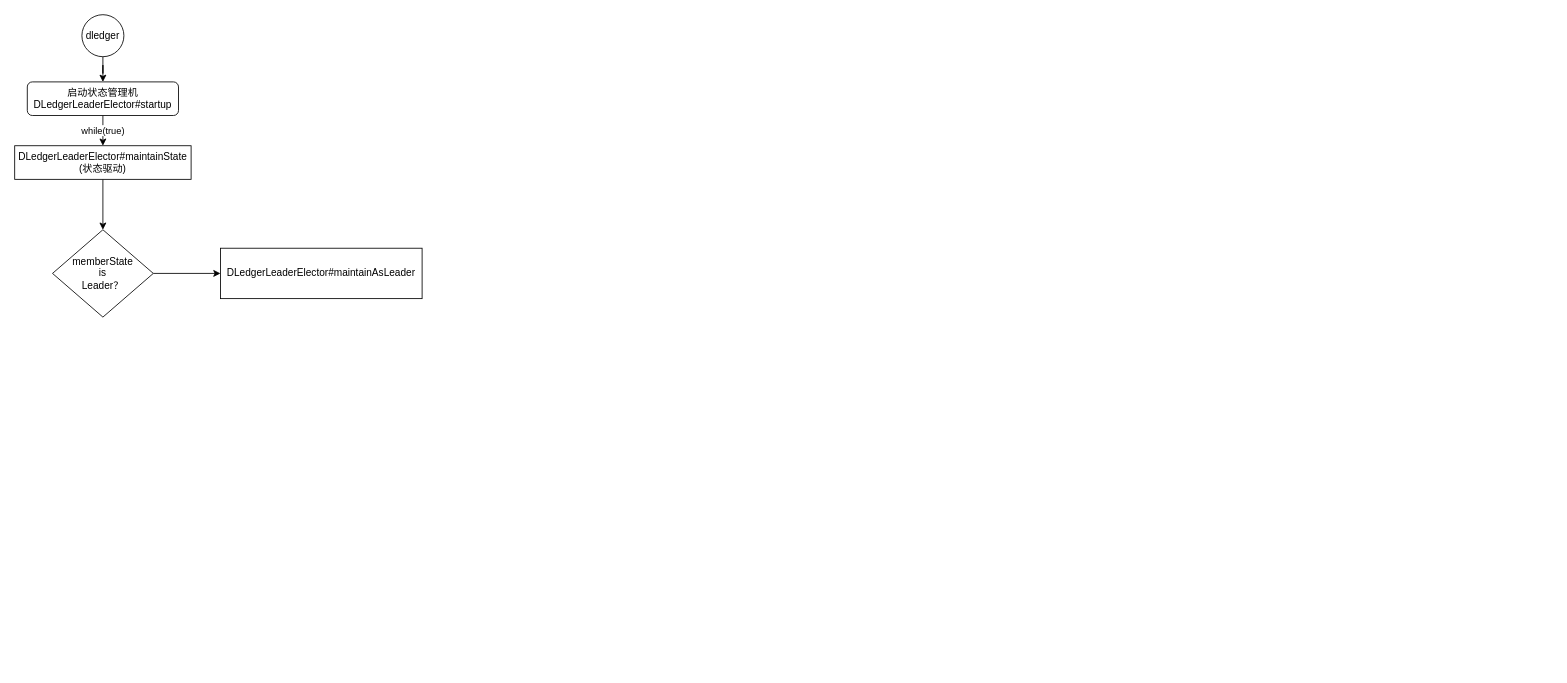
The draw.io diagram RocketMQ/RocketMQ DLedger Raft Leader Vote Flow.drawio in JanWarlen/ChartsCenter, before the edit. Source tidied: cells renumbered, new cells numbered last; positions are measured from the earlier drawing's top-left corner, leaving out a move shared by most shapes. Both pictures are drawn from the tidied source at 84%, with x=0, y=0 at pixel (14, 14).
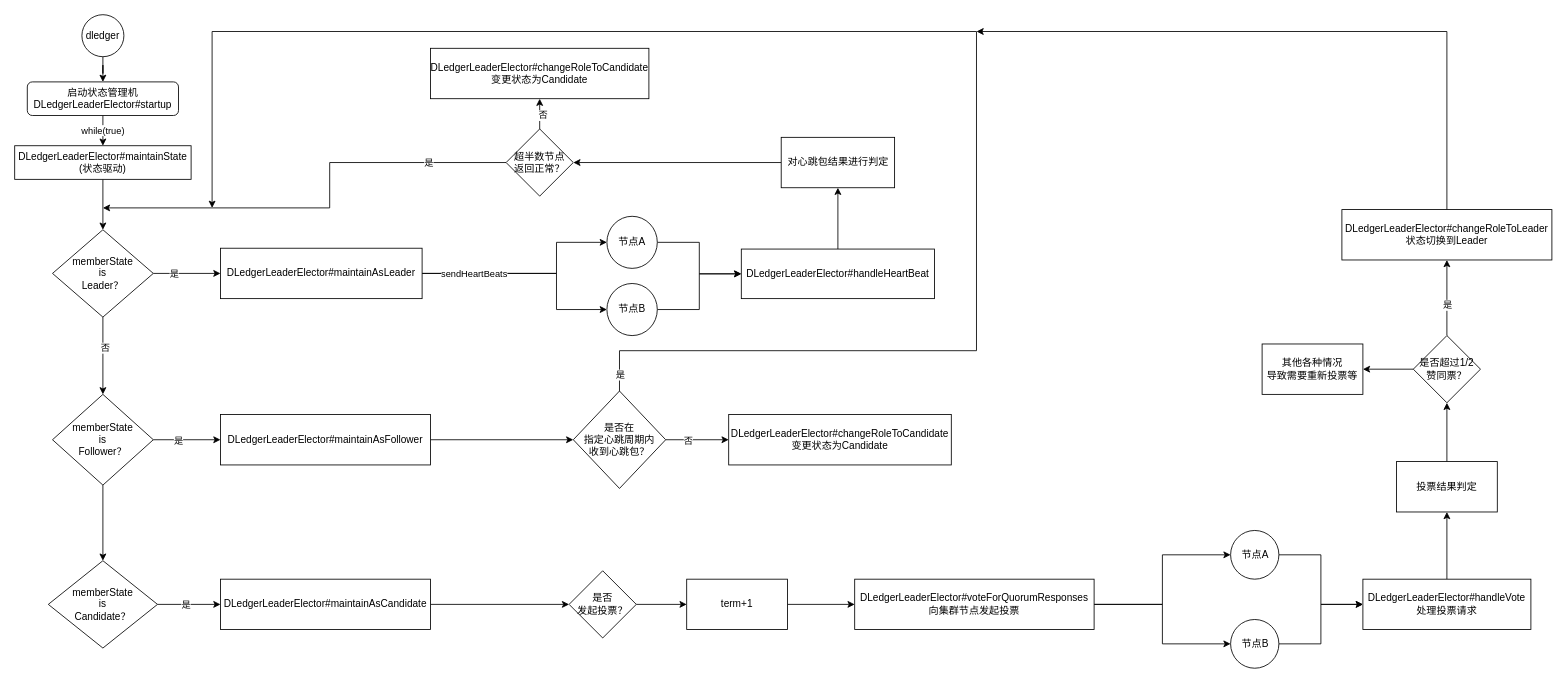
The same page after the edit.

Unchanged cells that the change refers to:
```xml
<mxCell id="8" style="edgeStyle=orthogonalEdgeStyle;rounded=0;jettySize=auto;html=1;" parent="1" edge="1" source="9" target="10">
  <mxGeometry relative="1" as="geometry" />
</mxCell>
<mxCell id="9" value="memberState&lt;br&gt;is&lt;br&gt;Leader？" style="rhombus;whiteSpace=wrap;html=1;rounded=0;" parent="1" vertex="1">
  <mxGeometry x="45" y="256" width="120" height="104" as="geometry" />
</mxCell>
<mxCell id="10" value="DLedgerLeaderElector#maintainAsLeader" style="whiteSpace=wrap;html=1;rounded=0;" parent="1" vertex="1">
  <mxGeometry x="245" y="278" width="240" height="60" as="geometry" />
</mxCell>
```

Change to the diagram source:
```diff
@@
+    <mxCell id="11" value="是" style="edgeLabel;html=1;align=center;verticalAlign=middle;" parent="8" vertex="1">
+      <mxGeometry x="-0.4" y="1" relative="1" as="geometry">
+        <mxPoint y="1" as="offset" />
+      </mxGeometry>
+    </mxCell>
+    <mxCell id="12" style="edgeStyle=orthogonalEdgeStyle;rounded=0;jettySize=auto;html=1;" parent="1" edge="1" source="9" target="34">
+      <mxGeometry relative="1" as="geometry" />
+    </mxCell>
+    <mxCell id="13" value="否" style="edgeLabel;html=1;align=center;verticalAlign=middle;" parent="12" vertex="1">
+      <mxGeometry x="-0.23" y="2" relative="1" as="geometry">
+        <mxPoint y="1" as="offset" />
+      </mxGeometry>
+    </mxCell>
@@
+    <mxCell id="14" style="edgeStyle=orthogonalEdgeStyle;rounded=0;jettySize=auto;html=1;" parent="1" edge="1" source="10" target="18">
+      <mxGeometry relative="1" as="geometry">
+        <Array as="points">
+          <mxPoint x="645" y="308" />
+          <mxPoint x="645" y="271" />
+        </Array>
+      </mxGeometry>
+    </mxCell>
+    <mxCell id="15" style="edgeStyle=orthogonalEdgeStyle;rounded=0;jettySize=auto;html=1;" parent="1" edge="1" source="10" target="20">
+      <mxGeometry relative="1" as="geometry">
+        <Array as="points">
+          <mxPoint x="645" y="308" />
+          <mxPoint x="645" y="351" />
+        </Array>
+      </mxGeometry>
+    </mxCell>
+    <mxCell id="16" value="sendHeartBeats" style="edgeLabel;html=1;align=center;verticalAlign=middle;" parent="15" vertex="1">
+      <mxGeometry x="-0.69" y="-1" relative="1" as="geometry">
+        <mxPoint x="20" y="-1" as="offset" />
+      </mxGeometry>
+    </mxCell>
@@
+    <mxCell id="17" style="edgeStyle=orthogonalEdgeStyle;rounded=0;jettySize=auto;html=1;" parent="1" edge="1" source="18" target="22">
+      <mxGeometry relative="1" as="geometry" />
+    </mxCell>
+    <mxCell id="18" value="节点A" style="ellipse;whiteSpace=wrap;html=1;rounded=0;" parent="1" vertex="1">
+      <mxGeometry x="705" y="240" width="60" height="62" as="geometry" />
+    </mxCell>
+    <mxCell id="19" style="edgeStyle=orthogonalEdgeStyle;rounded=0;jettySize=auto;html=1;exitX=1;exitY=0.5;exitDx=0;exitDy=0;entryX=0;entryY=0.5;entryDx=0;entryDy=0;" parent="1" edge="1" source="20" target="22">
+      <mxGeometry relative="1" as="geometry" />
+    </mxCell>
+    <mxCell id="20" value="节点B" style="ellipse;whiteSpace=wrap;html=1;rounded=0;" parent="1" vertex="1">
+      <mxGeometry x="705" y="320" width="60" height="62" as="geometry" />
+    </mxCell>
+    <mxCell id="21" style="edgeStyle=orthogonalEdgeStyle;rounded=0;jettySize=auto;html=1;" parent="1" edge="1" source="22" target="24">
+      <mxGeometry relative="1" as="geometry" />
+    </mxCell>
+    <mxCell id="22" value="DLedgerLeaderElector#handleHeartBeat" style="whiteSpace=wrap;html=1;rounded=0;" parent="1" vertex="1">
+      <mxGeometry x="865" y="279" width="230" height="59" as="geometry" />
+    </mxCell>
+    <mxCell id="23" style="edgeStyle=orthogonalEdgeStyle;rounded=0;jettySize=auto;html=1;" parent="1" edge="1" source="24" target="29">
+      <mxGeometry relative="1" as="geometry" />
+    </mxCell>
+    <mxCell id="24" value="对心跳包结果进行判定" style="whiteSpace=wrap;html=1;rounded=0;" parent="1" vertex="1">
+      <mxGeometry x="912.5" y="146" width="135" height="60" as="geometry" />
+    </mxCell>
+    <mxCell id="25" style="edgeStyle=orthogonalEdgeStyle;rounded=0;jettySize=auto;html=1;exitX=0;exitY=0.5;exitDx=0;exitDy=0;" parent="1" edge="1" source="29">
+      <mxGeometry relative="1" as="geometry">
+        <mxPoint x="105" y="230" as="targetPoint" />
+        <Array as="points">
+          <mxPoint x="375" y="176" />
+        </Array>
+      </mxGeometry>
+    </mxCell>
+    <mxCell id="26" value="是" style="edgeLabel;html=1;align=center;verticalAlign=middle;" parent="25" vertex="1">
+      <mxGeometry x="-0.65" relative="1" as="geometry" />
+    </mxCell>
+    <mxCell id="27" style="edgeStyle=orthogonalEdgeStyle;rounded=0;jettySize=auto;html=1;" parent="1" edge="1" source="29" target="30">
+      <mxGeometry relative="1" as="geometry" />
+    </mxCell>
+    <mxCell id="28" value="否" style="edgeLabel;html=1;align=center;verticalAlign=middle;" parent="27" vertex="1">
+      <mxGeometry x="0.19" y="-3" relative="1" as="geometry">
+        <mxPoint y="1" as="offset" />
+      </mxGeometry>
+    </mxCell>
+    <mxCell id="29" value="超半数节点&lt;br&gt;返回正常？" style="rhombus;whiteSpace=wrap;html=1;rounded=0;" parent="1" vertex="1">
+      <mxGeometry x="585" y="136" width="80" height="80" as="geometry" />
+    </mxCell>
+    <mxCell id="30" value="DLedgerLeaderElector#changeRoleToCandidate&lt;br&gt;变更状态为Candidate" style="whiteSpace=wrap;html=1;rounded=0;" parent="1" vertex="1">
+      <mxGeometry x="495" y="40" width="260" height="60" as="geometry" />
+    </mxCell>
+    <mxCell id="31" style="edgeStyle=orthogonalEdgeStyle;rounded=0;jettySize=auto;html=1;" parent="1" edge="1" source="34" target="36">
+      <mxGeometry relative="1" as="geometry" />
+    </mxCell>
+    <mxCell id="32" value="是" style="edgeLabel;html=1;align=center;verticalAlign=middle;" parent="31" vertex="1">
+      <mxGeometry x="-0.28" y="-1" relative="1" as="geometry" />
+    </mxCell>
+    <mxCell id="33" style="edgeStyle=orthogonalEdgeStyle;rounded=0;jettySize=auto;html=1;" parent="1" edge="1" source="34" target="45">
+      <mxGeometry relative="1" as="geometry" />
+    </mxCell>
+    <mxCell id="34" value="memberState&lt;br&gt;is&lt;br&gt;Follower？" style="rhombus;whiteSpace=wrap;html=1;rounded=0;" parent="1" vertex="1">
+      <mxGeometry x="45" y="452" width="120" height="108" as="geometry" />
+    </mxCell>
+    <mxCell id="35" style="edgeStyle=orthogonalEdgeStyle;rounded=0;jettySize=auto;html=1;" parent="1" edge="1" source="36" target="41">
+      <mxGeometry relative="1" as="geometry" />
+    </mxCell>
+    <mxCell id="36" value="DLedgerLeaderElector#maintainAsFollower" style="whiteSpace=wrap;html=1;rounded=0;" parent="1" vertex="1">
+      <mxGeometry x="245" y="476" width="250" height="60" as="geometry" />
+    </mxCell>
+    <mxCell id="37" style="edgeStyle=orthogonalEdgeStyle;rounded=0;jettySize=auto;html=1;" parent="1" edge="1" source="41" target="42">
+      <mxGeometry relative="1" as="geometry" />
+    </mxCell>
+    <mxCell id="38" value="否" style="edgeLabel;html=1;align=center;verticalAlign=middle;" parent="37" vertex="1">
+      <mxGeometry x="-0.31" y="1" relative="1" as="geometry">
+        <mxPoint y="1" as="offset" />
+      </mxGeometry>
+    </mxCell>
+    <mxCell id="39" style="edgeStyle=orthogonalEdgeStyle;rounded=0;jettySize=auto;html=1;exitX=0.5;exitY=0;exitDx=0;exitDy=0;" parent="1" edge="1" source="41">
+      <mxGeometry relative="1" as="geometry">
+        <mxPoint x="235" y="230" as="targetPoint" />
+        <Array as="points">
+          <mxPoint x="720" y="400" />
+          <mxPoint x="1145" y="400" />
+          <mxPoint x="1145" y="20" />
+          <mxPoint x="235" y="20" />
+        </Array>
+      </mxGeometry>
+    </mxCell>
+    <mxCell id="40" value="是" style="edgeLabel;html=1;align=center;verticalAlign=middle;" parent="39" vertex="1">
+      <mxGeometry x="-0.98" relative="1" as="geometry" />
+    </mxCell>
+    <mxCell id="41" value="是否在&lt;br&gt;指定心跳周期内&lt;br&gt;收到心跳包？" style="rhombus;whiteSpace=wrap;html=1;rounded=0;" parent="1" vertex="1">
+      <mxGeometry x="665" y="448" width="110" height="116" as="geometry" />
+    </mxCell>
+    <mxCell id="42" value="DLedgerLeaderElector#changeRoleToCandidate&lt;br&gt;变更状态为Candidate" style="whiteSpace=wrap;html=1;rounded=0;" parent="1" vertex="1">
+      <mxGeometry x="850" y="476" width="265" height="60" as="geometry" />
+    </mxCell>
+    <mxCell id="43" style="edgeStyle=orthogonalEdgeStyle;rounded=0;jettySize=auto;html=1;" parent="1" edge="1" source="45" target="47">
+      <mxGeometry relative="1" as="geometry" />
+    </mxCell>
+    <mxCell id="44" value="是" style="edgeLabel;html=1;align=center;verticalAlign=middle;" parent="43" vertex="1">
+      <mxGeometry x="-0.12" y="1" relative="1" as="geometry">
+        <mxPoint y="1" as="offset" />
+      </mxGeometry>
+    </mxCell>
+    <mxCell id="45" value="memberState&lt;br&gt;is&lt;br&gt;Candidate？" style="rhombus;whiteSpace=wrap;html=1;rounded=0;" parent="1" vertex="1">
+      <mxGeometry x="40" y="650" width="130" height="104" as="geometry" />
+    </mxCell>
+    <mxCell id="46" style="edgeStyle=orthogonalEdgeStyle;rounded=0;jettySize=auto;html=1;" parent="1" edge="1" source="47" target="49">
+      <mxGeometry relative="1" as="geometry" />
+    </mxCell>
+    <mxCell id="47" value="DLedgerLeaderElector#maintainAsCandidate" style="whiteSpace=wrap;html=1;rounded=0;" parent="1" vertex="1">
+      <mxGeometry x="245" y="672" width="250" height="60" as="geometry" />
+    </mxCell>
+    <mxCell id="48" style="edgeStyle=orthogonalEdgeStyle;rounded=0;jettySize=auto;html=1;" parent="1" edge="1" source="49" target="51">
+      <mxGeometry relative="1" as="geometry" />
+    </mxCell>
+    <mxCell id="49" value="是否&lt;br&gt;发起投票？" style="rhombus;whiteSpace=wrap;html=1;rounded=0;" parent="1" vertex="1">
+      <mxGeometry x="660" y="662" width="80" height="80" as="geometry" />
+    </mxCell>
+    <mxCell id="50" style="edgeStyle=orthogonalEdgeStyle;rounded=0;jettySize=auto;html=1;" parent="1" edge="1" source="51" target="54">
+      <mxGeometry relative="1" as="geometry" />
+    </mxCell>
+    <mxCell id="51" value="term+1" style="whiteSpace=wrap;html=1;rounded=0;" parent="1" vertex="1">
+      <mxGeometry x="800" y="672" width="120" height="60" as="geometry" />
+    </mxCell>
+    <mxCell id="52" style="edgeStyle=orthogonalEdgeStyle;rounded=0;jettySize=auto;html=1;" parent="1" edge="1" source="54" target="56">
+      <mxGeometry relative="1" as="geometry" />
+    </mxCell>
+    <mxCell id="53" style="edgeStyle=orthogonalEdgeStyle;rounded=0;jettySize=auto;html=1;" parent="1" edge="1" source="54" target="58">
+      <mxGeometry relative="1" as="geometry" />
+    </mxCell>
+    <mxCell id="54" value="DLedgerLeaderElector#voteForQuorumResponses&lt;br&gt;向集群节点发起投票" style="whiteSpace=wrap;html=1;rounded=0;" parent="1" vertex="1">
+      <mxGeometry x="1000" y="672" width="285" height="60" as="geometry" />
+    </mxCell>
+    <mxCell id="55" style="edgeStyle=orthogonalEdgeStyle;rounded=0;jettySize=auto;html=1;exitX=1;exitY=0.5;exitDx=0;exitDy=0;entryX=0;entryY=0.5;entryDx=0;entryDy=0;" parent="1" edge="1" source="56" target="60">
+      <mxGeometry relative="1" as="geometry" />
+    </mxCell>
+    <mxCell id="56" value="节点B" style="ellipse;whiteSpace=wrap;html=1;rounded=0;" parent="1" vertex="1">
+      <mxGeometry x="1447.5" y="720" width="57.5" height="58" as="geometry" />
+    </mxCell>
+    <mxCell id="57" style="edgeStyle=orthogonalEdgeStyle;rounded=0;jettySize=auto;html=1;" parent="1" edge="1" source="58" target="60">
+      <mxGeometry relative="1" as="geometry" />
+    </mxCell>
+    <mxCell id="58" value="节点A" style="ellipse;whiteSpace=wrap;html=1;rounded=0;" parent="1" vertex="1">
+      <mxGeometry x="1447.5" y="614" width="57.5" height="58" as="geometry" />
+    </mxCell>
+    <mxCell id="59" style="edgeStyle=orthogonalEdgeStyle;rounded=0;jettySize=auto;html=1;" parent="1" edge="1" source="60" target="62">
+      <mxGeometry relative="1" as="geometry" />
+    </mxCell>
+    <mxCell id="60" value="DLedgerLeaderElector#handleVote&lt;br&gt;处理投票请求" style="whiteSpace=wrap;html=1;rounded=0;" parent="1" vertex="1">
+      <mxGeometry x="1605" y="672" width="200" height="60" as="geometry" />
+    </mxCell>
+    <mxCell id="61" style="edgeStyle=orthogonalEdgeStyle;rounded=0;jettySize=auto;html=1;" parent="1" edge="1" source="62" target="66">
+      <mxGeometry relative="1" as="geometry" />
+    </mxCell>
+    <mxCell id="62" value="投票结果判定" style="whiteSpace=wrap;html=1;rounded=0;" parent="1" vertex="1">
+      <mxGeometry x="1645" y="532" width="120" height="60" as="geometry" />
+    </mxCell>
+    <mxCell id="63" style="edgeStyle=orthogonalEdgeStyle;rounded=0;jettySize=auto;html=1;" parent="1" edge="1" source="66" target="68">
+      <mxGeometry relative="1" as="geometry" />
+    </mxCell>
+    <mxCell id="64" value="是" style="edgeLabel;html=1;align=center;verticalAlign=middle;" parent="63" vertex="1">
+      <mxGeometry x="-0.17" relative="1" as="geometry" />
+    </mxCell>
+    <mxCell id="65" style="edgeStyle=orthogonalEdgeStyle;rounded=0;jettySize=auto;html=1;" parent="1" edge="1" source="66" target="69">
+      <mxGeometry relative="1" as="geometry" />
+    </mxCell>
+    <mxCell id="66" value="是否超过1/2&lt;br&gt;赞同票？" style="rhombus;whiteSpace=wrap;html=1;rounded=0;" parent="1" vertex="1">
+      <mxGeometry x="1665" y="382" width="80" height="80" as="geometry" />
+    </mxCell>
+    <mxCell id="67" style="edgeStyle=orthogonalEdgeStyle;rounded=0;jettySize=auto;html=1;exitX=0.5;exitY=0;exitDx=0;exitDy=0;" parent="1" edge="1" source="68">
+      <mxGeometry relative="1" as="geometry">
+        <mxPoint x="1145" y="20" as="targetPoint" />
+        <Array as="points">
+          <mxPoint x="1705" y="20" />
+        </Array>
+      </mxGeometry>
+    </mxCell>
+    <mxCell id="68" value="DLedgerLeaderElector#changeRoleToLeader&lt;br&gt;状态切换到Leader" style="whiteSpace=wrap;html=1;rounded=0;" parent="1" vertex="1">
+      <mxGeometry x="1580" y="232" width="250" height="60" as="geometry" />
+    </mxCell>
+    <mxCell id="69" value="其他各种情况&lt;br&gt;导致需要重新投票等" style="whiteSpace=wrap;html=1;rounded=0;" parent="1" vertex="1">
+      <mxGeometry x="1485" y="392" width="120" height="60" as="geometry" />
+    </mxCell>
```
